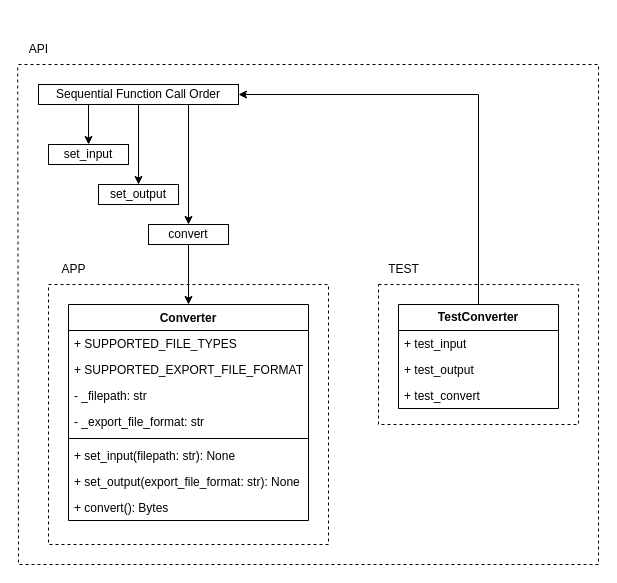
The draw.io diagram page "API_TEST" (3 of 4) of _readme/Diagram.drawio in ames0k0/TP--Audio-File-Converter, before the edit. Source tidied: cells renumbered, new cells numbered last; positions are measured from the earlier drawing's top-left corner, leaving out a move shared by most shapes. Both pictures are drawn from the tidied source at 100%, with x=0, y=0 at pixel (18, 34).
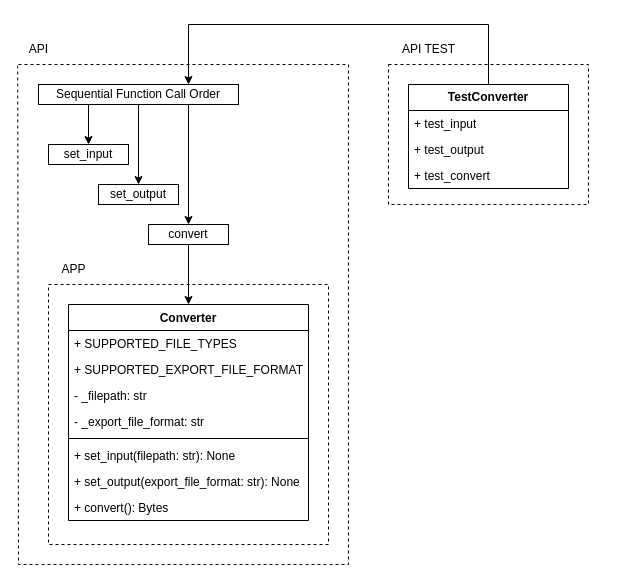
The same page after the edit.

Unchanged cells that the change refers to:
```xml
<mxCell id="3" value="API" style="text;html=1;align=center;verticalAlign=middle;points=[];strokeColor=none;fillColor=none;" parent="1" vertex="1">
  <mxGeometry width="40" height="30" as="geometry" />
</mxCell>
<mxCell id="9" value="Sequential Function Call Order" style="whiteSpace=wrap;html=1;" parent="1" vertex="1">
  <mxGeometry x="20" y="50" width="200" height="20" as="geometry" />
</mxCell>
```

Change to the diagram source:
```diff
@@
     <mxCell id="2" style="endArrow=none;dashed=1;html=1;rounded=0;entryX=-0.02;entryY=1.013;entryDx=0;entryDy=0;entryPerimeter=0;" parent="1" edge="1" target="3">
       <mxGeometry relative="1" as="geometry">
         <mxPoint y="30" as="sourcePoint" />
         <Array as="points">
-          <mxPoint x="580" y="30" />
-          <mxPoint x="580" y="350" />
-          <mxPoint x="580" y="530" />
+          <mxPoint x="330" y="30" />
+          <mxPoint x="330" y="350" />
+          <mxPoint x="330" y="530" />
           <mxPoint x="280" y="530" />
           <mxPoint y="530" />
         </Array>
       </mxGeometry>
     </mxCell>
@@
     <mxCell id="23" style="endArrow=none;dashed=1;html=1;rounded=0;" parent="1" edge="1">
       <mxGeometry relative="1" as="geometry">
-        <mxPoint x="360" y="250" as="sourcePoint" />
-        <mxPoint x="360" y="250" as="targetPoint" />
+        <mxPoint x="370" y="30" as="sourcePoint" />
+        <mxPoint x="370" y="30" as="targetPoint" />
         <Array as="points">
-          <mxPoint x="460" y="250" />
-          <mxPoint x="560" y="250" />
-          <mxPoint x="560" y="390" />
-          <mxPoint x="360" y="390" />
+          <mxPoint x="470" y="30" />
+          <mxPoint x="570" y="30" />
+          <mxPoint x="570" y="170" />
+          <mxPoint x="370" y="170" />
         </Array>
       </mxGeometry>
     </mxCell>
-    <mxCell id="24" style="edgeStyle=orthogonalEdgeStyle;rounded=0;jettySize=auto;html=1;" parent="1" edge="1" source="25" target="9">
+    <mxCell id="24" style="edgeStyle=orthogonalEdgeStyle;rounded=0;jettySize=auto;html=1;entryX=0.75;entryY=0;entryDx=0;entryDy=0;" parent="1" edge="1" source="25" target="9">
       <mxGeometry relative="1" as="geometry">
         <Array as="points">
-          <mxPoint x="460" y="60" />
+          <mxPoint x="470" y="-10" />
+          <mxPoint x="170" y="-10" />
         </Array>
       </mxGeometry>
     </mxCell>
     <mxCell id="25" value="&lt;b&gt;TestConverter&lt;/b&gt;" style="swimlane;fontStyle=0;horizontal=1;startSize=26;fillColor=none;whiteSpace=wrap;html=1;" parent="1" vertex="1">
-      <mxGeometry x="380" y="270" width="160" height="104" as="geometry" />
+      <mxGeometry x="390" y="50" width="160" height="104" as="geometry" />
     </mxCell>
@@
-    <mxCell id="29" value="TEST" style="text;html=1;align=center;verticalAlign=middle;strokeColor=none;fillColor=none;" parent="1" vertex="1">
-      <mxGeometry x="360" y="220" width="50" height="30" as="geometry" />
+    <mxCell id="29" value="API TEST" style="text;html=1;align=center;verticalAlign=middle;strokeColor=none;fillColor=none;" parent="1" vertex="1">
+      <mxGeometry x="370" width="80" height="30" as="geometry" />
     </mxCell>
```
